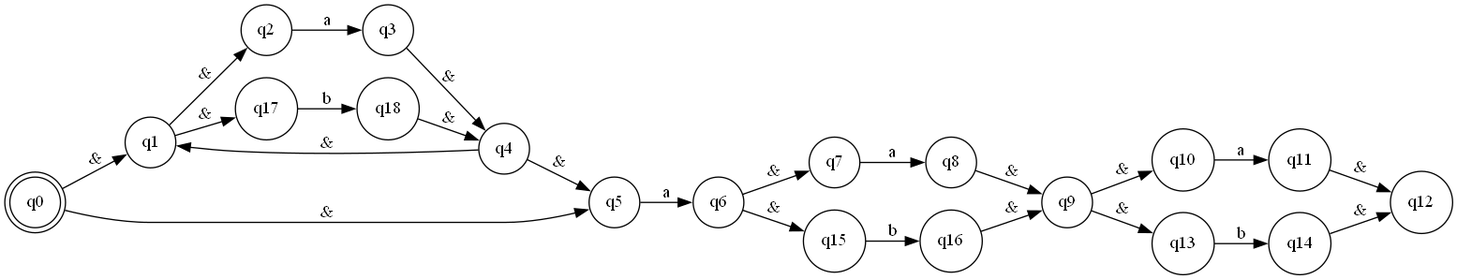
esc20936/laboratorio1_Dise-oLenguajesDeProgramacion keeps this Graphviz diagram as automata.gv.png. Above is the earlier version. Its source is kept beside it as automata.gv.
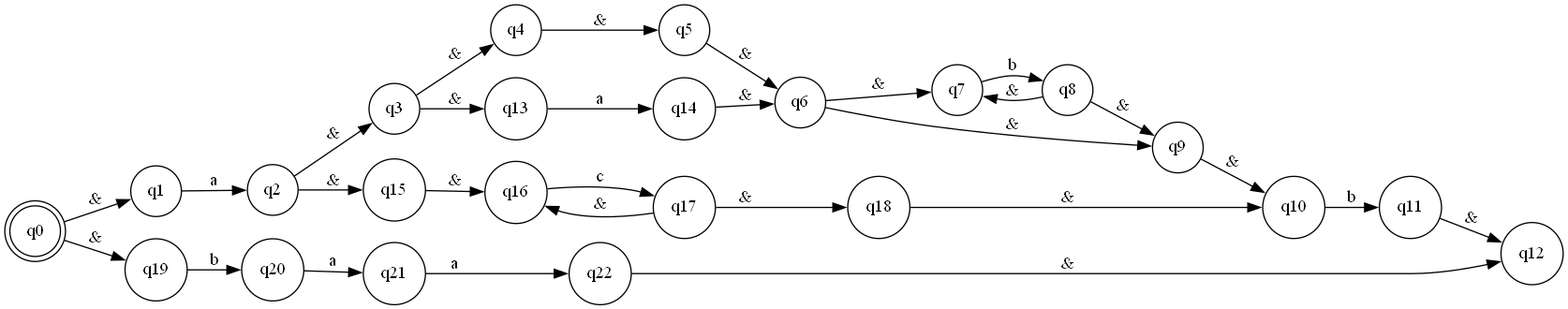
The same diagram one commit later.

Change to the diagram source:
```diff
@@ -38,27 +38,40 @@
 	q17
 	node [shape=circle]
 	q18
+	node [shape=circle]
+	q19
+	node [shape=circle]
+	q20
+	node [shape=circle]
+	q21
+	node [shape=circle]
+	q22
 	q0 -> q1 [label="&"]
-	q0 -> q5 [label="&"]
-	q1 -> q2 [label="&"]
-	q1 -> q17 [label="&"]
-	q2 -> q3 [label=a]
+	q0 -> q19 [label="&"]
+	q1 -> q2 [label=a]
+	q2 -> q3 [label="&"]
+	q2 -> q15 [label="&"]
 	q3 -> q4 [label="&"]
-	q4 -> q1 [label="&"]
+	q3 -> q13 [label="&"]
 	q4 -> q5 [label="&"]
-	q5 -> q6 [label=a]
+	q5 -> q6 [label="&"]
 	q6 -> q7 [label="&"]
-	q6 -> q15 [label="&"]
-	q7 -> q8 [label=a]
+	q6 -> q9 [label="&"]
+	q7 -> q8 [label=b]
+	q8 -> q7 [label="&"]
 	q8 -> q9 [label="&"]
 	q9 -> q10 [label="&"]
-	q9 -> q13 [label="&"]
-	q10 -> q11 [label=a]
+	q10 -> q11 [label=b]
 	q11 -> q12 [label="&"]
-	q13 -> q14 [label=b]
-	q14 -> q12 [label="&"]
-	q15 -> q16 [label=b]
-	q16 -> q9 [label="&"]
-	q17 -> q18 [label=b]
-	q18 -> q4 [label="&"]
+	q13 -> q14 [label=a]
+	q14 -> q6 [label="&"]
+	q15 -> q16 [label="&"]
+	q16 -> q17 [label=c]
+	q17 -> q16 [label="&"]
+	q17 -> q18 [label="&"]
+	q18 -> q10 [label="&"]
+	q19 -> q20 [label=b]
+	q20 -> q21 [label=a]
+	q21 -> q22 [label=a]
+	q22 -> q12 [label="&"]
 }
```
